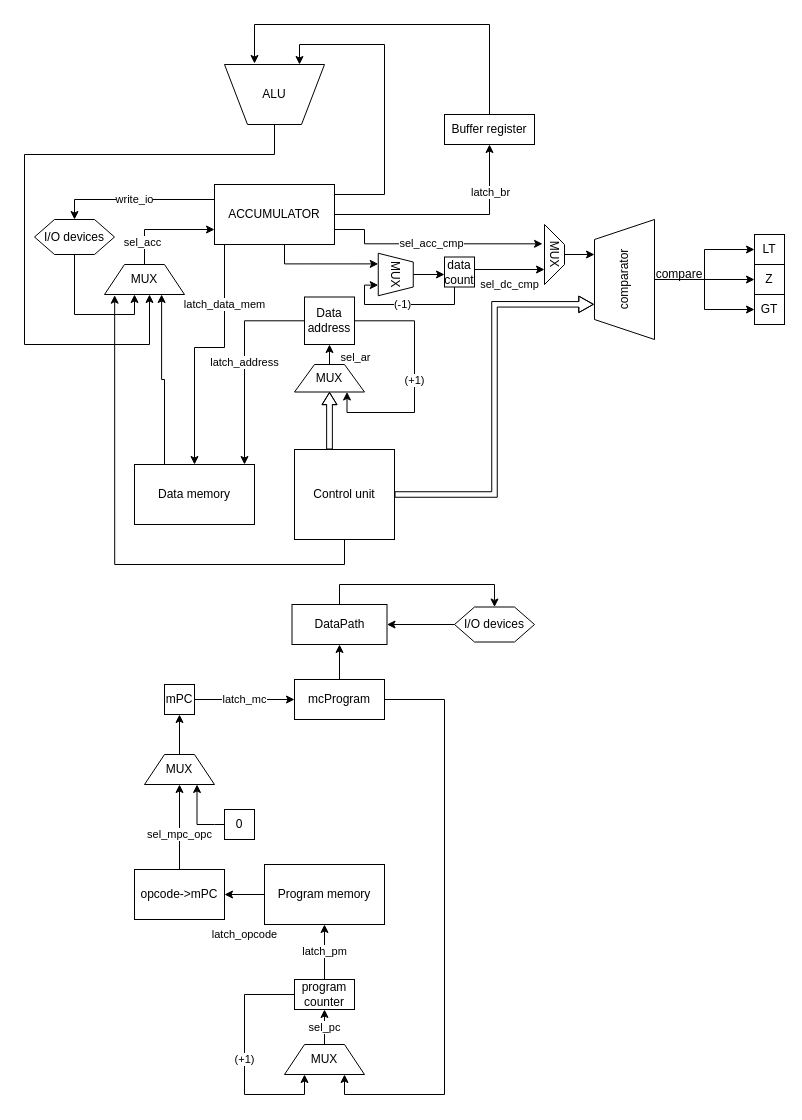
lubitelkvokk/csa_lab3 keeps this draw.io diagram as DataPathModel.drawio. Above is the earlier version. Source tidied: cells renumbered, new cells numbered last; positions are measured from the earlier drawing's top-left corner, leaving out a move shared by most shapes. Both pictures are drawn from the tidied source at 100%, with x=0, y=0 at pixel (24, 24).
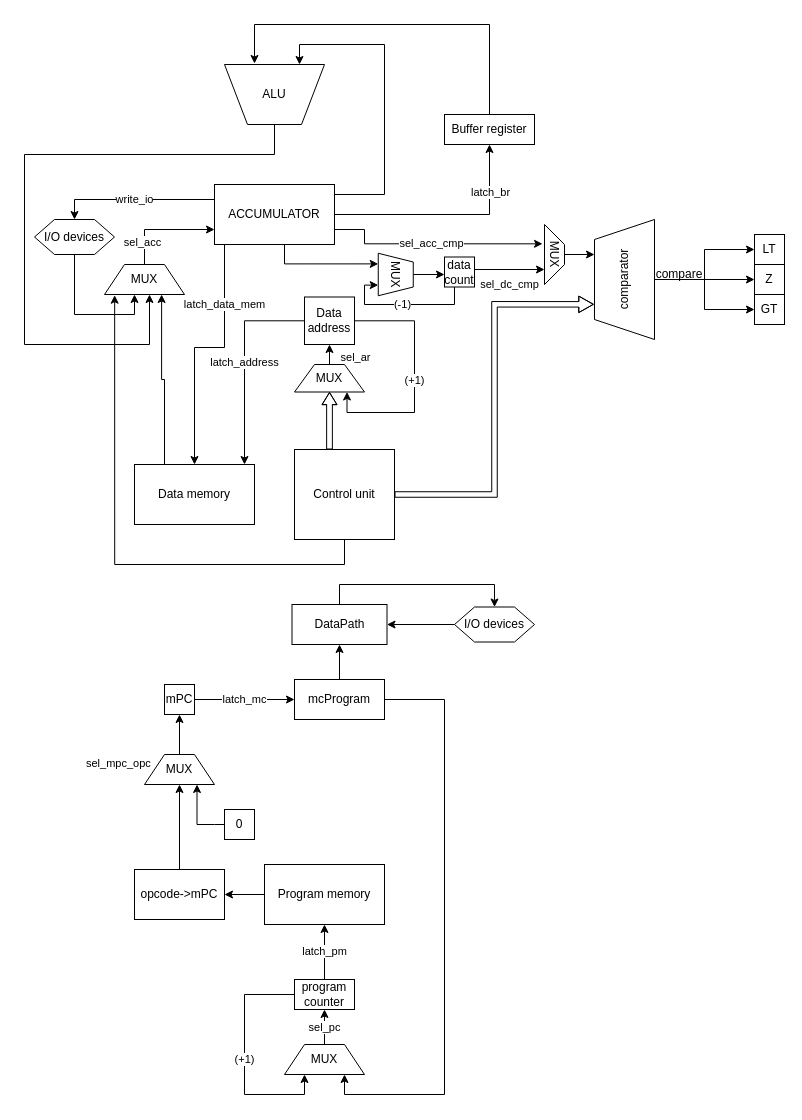
After the change.

Unchanged cells that the change refers to:
```xml
<mxCell id="15" value="Program memory" style="rounded=0;whiteSpace=wrap;html=1;" parent="1" vertex="1">
  <mxGeometry x="240" y="840" width="120" height="60" as="geometry" />
</mxCell>
<mxCell id="30" value="opcode-&amp;gt;mPC" style="rounded=0;whiteSpace=wrap;html=1;" parent="1" vertex="1">
  <mxGeometry x="110" y="845" width="90" height="50" as="geometry" />
</mxCell>
<mxCell id="55" value="MUX" style="shape=trapezoid;perimeter=trapezoidPerimeter;whiteSpace=wrap;html=1;fixedSize=1;" parent="1" vertex="1">
  <mxGeometry x="120" y="730" width="70" height="30" as="geometry" />
</mxCell>
```

The edit, as a diff of the source:
```diff
@@
-    <mxCell id="14" value="latch_opcode" style="edgeStyle=orthogonalEdgeStyle;rounded=0;jettySize=auto;html=1;entryX=1;entryY=0.5;entryDx=0;entryDy=0;" parent="1" edge="1" source="15" target="30">
+    <mxCell id="14" style="edgeStyle=orthogonalEdgeStyle;rounded=0;jettySize=auto;html=1;entryX=1;entryY=0.5;entryDx=0;entryDy=0;" parent="1" edge="1" source="15" target="30">
       <mxGeometry y="40" relative="1" as="geometry" />
     </mxCell>
@@
-    <mxCell id="29" value="sel_mpc_opc" style="edgeStyle=orthogonalEdgeStyle;rounded=0;jettySize=auto;html=1;entryX=0.5;entryY=1;entryDx=0;entryDy=0;" parent="1" edge="1" source="30" target="55">
+    <mxCell id="29" style="edgeStyle=orthogonalEdgeStyle;rounded=0;jettySize=auto;html=1;entryX=0.5;entryY=1;entryDx=0;entryDy=0;" parent="1" edge="1" source="30" target="55">
       <mxGeometry x="-0.18" relative="1" as="geometry" />
     </mxCell>
@@
+    <mxCell id="69" value="&lt;span style=&quot;color: rgb(0, 0, 0); font-family: Helvetica; font-size: 11px; font-style: normal; font-variant-ligatures: normal; font-variant-caps: normal; font-weight: 400; letter-spacing: normal; orphans: 2; text-align: center; text-indent: 0px; text-transform: none; widows: 2; word-spacing: 0px; -webkit-text-stroke-width: 0px; white-space: nowrap; background-color: rgb(255, 255, 255); text-decoration-thickness: initial; text-decoration-style: initial; text-decoration-color: initial; display: inline !important; float: none;&quot;&gt;sel_mpc_opc&lt;/span&gt;" style="text;whiteSpace=wrap;html=1;" parent="1" vertex="1">
+      <mxGeometry x="60" y="725" width="100" height="40" as="geometry" />
+    </mxCell>
```
